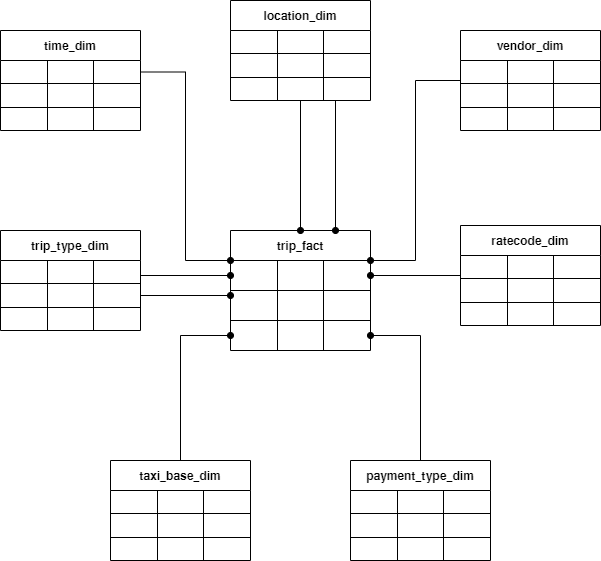
Earlier version of the draw.io export images/conceptual_model.png (TheLinuxEnthusiast/tlc-trip-taxi-dwh). Source tidied: cells renumbered, new cells last; positions are measured from the earlier drawing's top-left corner, leaving out a move shared by most shapes.
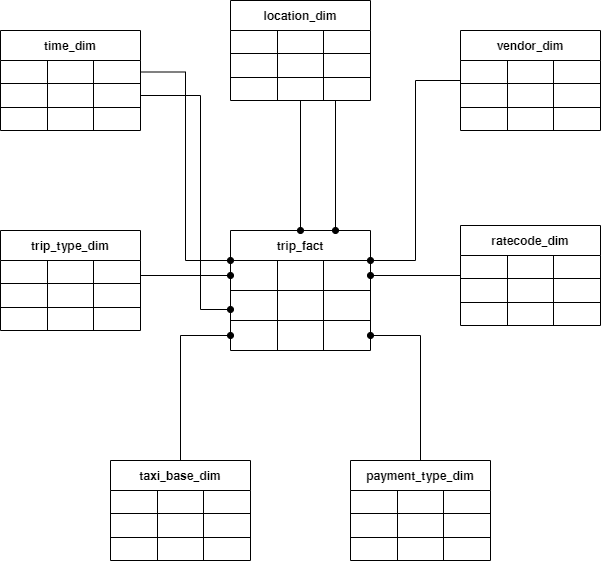
Above is the later version.

Commit message:
Updated conceptual model 3

Change to the diagram source:
```diff
@@ -342,10 +342,14 @@
         <mxPoint x="335" y="100" as="sourcePoint" />
       </mxGeometry>
     </mxCell>
-    <mxCell id="114" style="edgeStyle=orthogonalEdgeStyle;rounded=0;jettySize=auto;html=1;endArrow=oval;endFill=1;exitX=1;exitY=0.5;exitDx=0;exitDy=0;" parent="1" edge="1" source="103">
-      <mxGeometry relative="1" as="geometry">
-        <mxPoint x="230" y="295" as="targetPoint" />
-      </mxGeometry>
-    </mxCell>
+    <mxCell id="115" style="edgeStyle=orthogonalEdgeStyle;rounded=0;jettySize=auto;html=1;endArrow=oval;endFill=1;exitX=1;exitY=0.5;exitDx=0;exitDy=0;" parent="1" edge="1" source="20">
+      <mxGeometry relative="1" as="geometry">
+        <mxPoint x="230" y="309" as="targetPoint" />
+        <Array as="points">
+          <mxPoint x="200" y="95" />
+          <mxPoint x="200" y="309" />
+        </Array>
+      </mxGeometry>
+    </mxCell>
   </root>
 </mxGraphModel>
```
